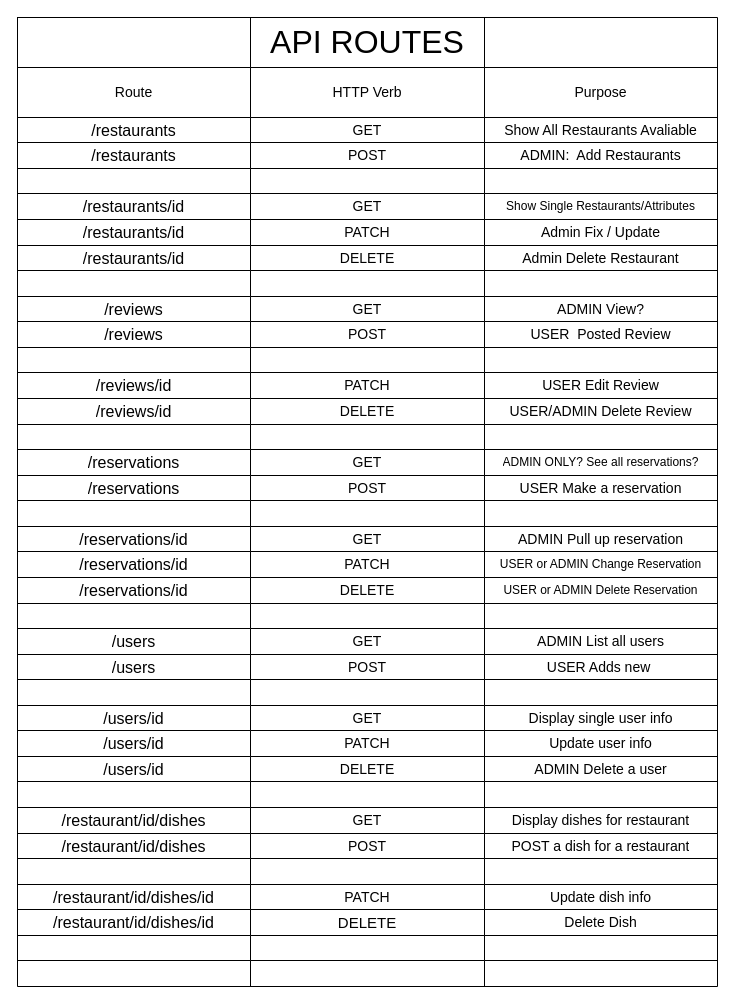
Earlier version of the draw.io diagram planning/api_routes.drawio (christopherthai/bite-reserve). Source tidied: cells renumbered, new cells numbered last; positions are measured from the earlier drawing's top-left corner, leaving out a move shared by most shapes. Both pictures are drawn from the tidied source at 100%, with x=0, y=0 at pixel (17, 17).
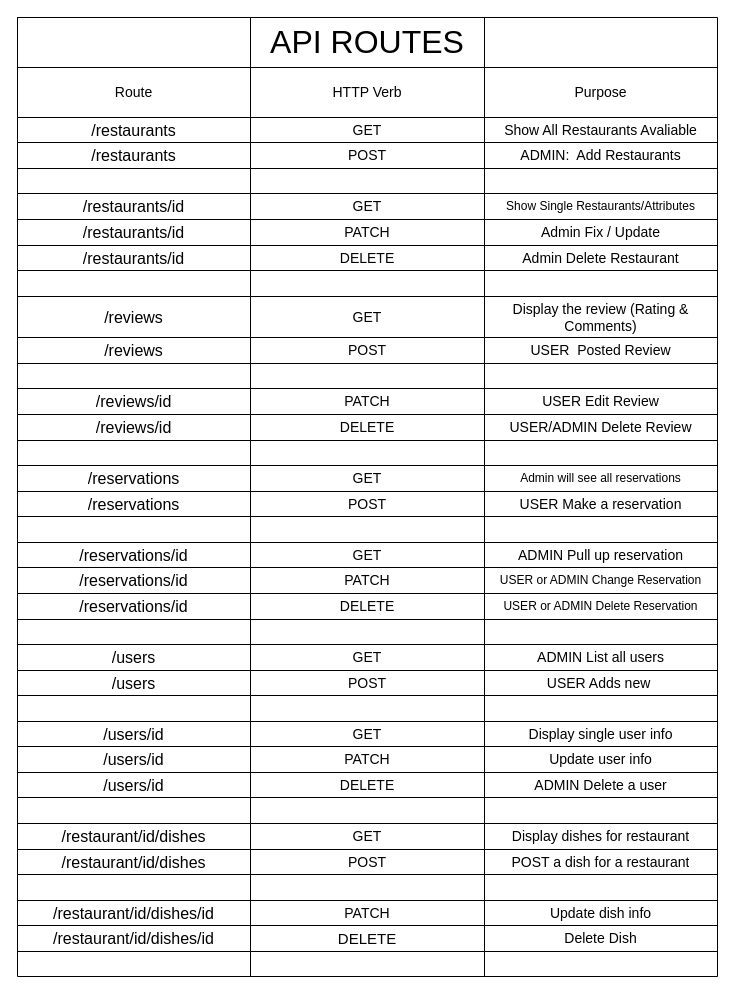
The same diagram, later.

Diff of the diagram source:
```diff
@@
     <mxCell id="2" style="shape=table;startSize=0;childLayout=tableLayout;fontStyle=1;align=center;fontSize=20;" parent="1" vertex="1">
-      <mxGeometry width="700" height="969" as="geometry" />
+      <mxGeometry width="700" height="959" as="geometry" />
     </mxCell>
@@
     <mxCell id="39" style="shape=tableRow;horizontal=0;startSize=0;swimlaneHead=0;swimlaneBody=0;top=0;left=0;bottom=0;right=0;fillColor=none;" parent="2" vertex="1">
-      <mxGeometry y="279" width="700" height="25" as="geometry" />
+      <mxGeometry y="279" width="700" height="41" as="geometry" />
     </mxCell>
     <mxCell id="40" value="&lt;font style=&quot;font-size: 16px;&quot;&gt;/reviews&lt;/font&gt;" style="shape=partialRectangle;html=1;whiteSpace=wrap;fillColor=none;top=0;left=0;bottom=0;right=0;overflow=hidden;" parent="39" vertex="1">
-      <mxGeometry width="233" height="25" as="geometry" />
+      <mxGeometry width="233" height="41" as="geometry" />
     </mxCell>
     <mxCell id="41" value="&lt;font style=&quot;font-size: 14px;&quot;&gt;GET&lt;/font&gt;" style="shape=partialRectangle;html=1;whiteSpace=wrap;fillColor=none;top=0;left=0;bottom=0;right=0;overflow=hidden;" parent="39" vertex="1">
-      <mxGeometry x="233" width="234" height="25" as="geometry" />
+      <mxGeometry x="233" width="234" height="41" as="geometry" />
     </mxCell>
-    <mxCell id="42" value="&lt;font style=&quot;font-size: 14px;&quot;&gt;ADMIN View?&lt;/font&gt;" style="shape=partialRectangle;html=1;whiteSpace=wrap;fillColor=none;top=0;left=0;bottom=0;right=0;overflow=hidden;" parent="39" vertex="1">
-      <mxGeometry x="467" width="233" height="25" as="geometry" />
+    <mxCell id="42" value="&lt;font style=&quot;font-size: 14px;&quot;&gt;Display the review (Rating &amp;amp; Comments)&lt;/font&gt;" style="shape=partialRectangle;html=1;whiteSpace=wrap;fillColor=none;top=0;left=0;bottom=0;right=0;overflow=hidden;" parent="39" vertex="1">
+      <mxGeometry x="467" width="233" height="41" as="geometry" />
     </mxCell>
     <mxCell id="43" style="shape=tableRow;horizontal=0;startSize=0;swimlaneHead=0;swimlaneBody=0;top=0;left=0;bottom=0;right=0;fillColor=none;" parent="2" vertex="1">
-      <mxGeometry y="304" width="700" height="26" as="geometry" />
+      <mxGeometry y="320" width="700" height="26" as="geometry" />
     </mxCell>
@@
     <mxCell id="47" style="shape=tableRow;horizontal=0;startSize=0;swimlaneHead=0;swimlaneBody=0;top=0;left=0;bottom=0;right=0;fillColor=none;" parent="2" vertex="1">
-      <mxGeometry y="330" width="700" height="25" as="geometry" />
+      <mxGeometry y="346" width="700" height="25" as="geometry" />
     </mxCell>
@@
     <mxCell id="51" style="shape=tableRow;horizontal=0;startSize=0;swimlaneHead=0;swimlaneBody=0;top=0;left=0;bottom=0;right=0;fillColor=none;" parent="2" vertex="1">
-      <mxGeometry y="355" width="700" height="26" as="geometry" />
+      <mxGeometry y="371" width="700" height="26" as="geometry" />
     </mxCell>
@@
     <mxCell id="55" style="shape=tableRow;horizontal=0;startSize=0;swimlaneHead=0;swimlaneBody=0;top=0;left=0;bottom=0;right=0;fillColor=none;" parent="2" vertex="1">
-      <mxGeometry y="381" width="700" height="26" as="geometry" />
+      <mxGeometry y="397" width="700" height="26" as="geometry" />
     </mxCell>
@@
     <mxCell id="59" style="shape=tableRow;horizontal=0;startSize=0;swimlaneHead=0;swimlaneBody=0;top=0;left=0;bottom=0;right=0;fillColor=none;" parent="2" vertex="1">
-      <mxGeometry y="407" width="700" height="25" as="geometry" />
+      <mxGeometry y="423" width="700" height="25" as="geometry" />
     </mxCell>
@@
     <mxCell id="63" style="shape=tableRow;horizontal=0;startSize=0;swimlaneHead=0;swimlaneBody=0;top=0;left=0;bottom=0;right=0;fillColor=none;" parent="2" vertex="1">
-      <mxGeometry y="432" width="700" height="26" as="geometry" />
+      <mxGeometry y="448" width="700" height="26" as="geometry" />
     </mxCell>
@@
-    <mxCell id="66" value="ADMIN ONLY? See all reservations?" style="shape=partialRectangle;html=1;whiteSpace=wrap;fillColor=none;top=0;left=0;bottom=0;right=0;overflow=hidden;" parent="63" vertex="1">
+    <mxCell id="66" value="Admin will see all reservations" style="shape=partialRectangle;html=1;whiteSpace=wrap;fillColor=none;top=0;left=0;bottom=0;right=0;overflow=hidden;" parent="63" vertex="1">
       <mxGeometry x="467" width="233" height="26" as="geometry" />
     </mxCell>
     <mxCell id="67" style="shape=tableRow;horizontal=0;startSize=0;swimlaneHead=0;swimlaneBody=0;top=0;left=0;bottom=0;right=0;fillColor=none;" parent="2" vertex="1">
-      <mxGeometry y="458" width="700" height="25" as="geometry" />
+      <mxGeometry y="474" width="700" height="25" as="geometry" />
     </mxCell>
@@
     <mxCell id="71" style="shape=tableRow;horizontal=0;startSize=0;swimlaneHead=0;swimlaneBody=0;top=0;left=0;bottom=0;right=0;fillColor=none;" parent="2" vertex="1">
-      <mxGeometry y="483" width="700" height="26" as="geometry" />
+      <mxGeometry y="499" width="700" height="26" as="geometry" />
     </mxCell>
@@
     <mxCell id="75" style="shape=tableRow;horizontal=0;startSize=0;swimlaneHead=0;swimlaneBody=0;top=0;left=0;bottom=0;right=0;fillColor=none;" parent="2" vertex="1">
-      <mxGeometry y="509" width="700" height="25" as="geometry" />
+      <mxGeometry y="525" width="700" height="25" as="geometry" />
     </mxCell>
@@
     <mxCell id="79" style="shape=tableRow;horizontal=0;startSize=0;swimlaneHead=0;swimlaneBody=0;top=0;left=0;bottom=0;right=0;fillColor=none;" parent="2" vertex="1">
-      <mxGeometry y="534" width="700" height="26" as="geometry" />
+      <mxGeometry y="550" width="700" height="26" as="geometry" />
     </mxCell>
@@
     <mxCell id="83" style="shape=tableRow;horizontal=0;startSize=0;swimlaneHead=0;swimlaneBody=0;top=0;left=0;bottom=0;right=0;fillColor=none;" parent="2" vertex="1">
-      <mxGeometry y="560" width="700" height="26" as="geometry" />
+      <mxGeometry y="576" width="700" height="26" as="geometry" />
     </mxCell>
@@
     <mxCell id="87" style="shape=tableRow;horizontal=0;startSize=0;swimlaneHead=0;swimlaneBody=0;top=0;left=0;bottom=0;right=0;fillColor=none;" parent="2" vertex="1">
-      <mxGeometry y="586" width="700" height="25" as="geometry" />
+      <mxGeometry y="602" width="700" height="25" as="geometry" />
     </mxCell>
@@
     <mxCell id="91" style="shape=tableRow;horizontal=0;startSize=0;swimlaneHead=0;swimlaneBody=0;top=0;left=0;bottom=0;right=0;fillColor=none;" parent="2" vertex="1">
-      <mxGeometry y="611" width="700" height="26" as="geometry" />
+      <mxGeometry y="627" width="700" height="26" as="geometry" />
     </mxCell>
@@
     <mxCell id="95" style="shape=tableRow;horizontal=0;startSize=0;swimlaneHead=0;swimlaneBody=0;top=0;left=0;bottom=0;right=0;fillColor=none;" parent="2" vertex="1">
-      <mxGeometry y="637" width="700" height="25" as="geometry" />
+      <mxGeometry y="653" width="700" height="25" as="geometry" />
     </mxCell>
@@
     <mxCell id="99" style="shape=tableRow;horizontal=0;startSize=0;swimlaneHead=0;swimlaneBody=0;top=0;left=0;bottom=0;right=0;fillColor=none;" parent="2" vertex="1">
-      <mxGeometry y="662" width="700" height="26" as="geometry" />
+      <mxGeometry y="678" width="700" height="26" as="geometry" />
     </mxCell>
@@
     <mxCell id="103" style="shape=tableRow;horizontal=0;startSize=0;swimlaneHead=0;swimlaneBody=0;top=0;left=0;bottom=0;right=0;fillColor=none;" parent="2" vertex="1">
-      <mxGeometry y="688" width="700" height="25" as="geometry" />
+      <mxGeometry y="704" width="700" height="25" as="geometry" />
     </mxCell>
@@
     <mxCell id="107" style="shape=tableRow;horizontal=0;startSize=0;swimlaneHead=0;swimlaneBody=0;top=0;left=0;bottom=0;right=0;fillColor=none;" parent="2" vertex="1">
-      <mxGeometry y="713" width="700" height="26" as="geometry" />
+      <mxGeometry y="729" width="700" height="26" as="geometry" />
     </mxCell>
@@
     <mxCell id="111" style="shape=tableRow;horizontal=0;startSize=0;swimlaneHead=0;swimlaneBody=0;top=0;left=0;bottom=0;right=0;fillColor=none;" parent="2" vertex="1">
-      <mxGeometry y="739" width="700" height="25" as="geometry" />
+      <mxGeometry y="755" width="700" height="25" as="geometry" />
     </mxCell>
@@
     <mxCell id="115" style="shape=tableRow;horizontal=0;startSize=0;swimlaneHead=0;swimlaneBody=0;top=0;left=0;bottom=0;right=0;fillColor=none;" parent="2" vertex="1">
-      <mxGeometry y="764" width="700" height="26" as="geometry" />
+      <mxGeometry y="780" width="700" height="26" as="geometry" />
     </mxCell>
@@
     <mxCell id="119" style="shape=tableRow;horizontal=0;startSize=0;swimlaneHead=0;swimlaneBody=0;top=0;left=0;bottom=0;right=0;fillColor=none;" parent="2" vertex="1">
-      <mxGeometry y="790" width="700" height="26" as="geometry" />
+      <mxGeometry y="806" width="700" height="26" as="geometry" />
     </mxCell>
@@
     <mxCell id="123" style="shape=tableRow;horizontal=0;startSize=0;swimlaneHead=0;swimlaneBody=0;top=0;left=0;bottom=0;right=0;fillColor=none;" parent="2" vertex="1">
-      <mxGeometry y="816" width="700" height="25" as="geometry" />
+      <mxGeometry y="832" width="700" height="25" as="geometry" />
     </mxCell>
@@
     <mxCell id="127" style="shape=tableRow;horizontal=0;startSize=0;swimlaneHead=0;swimlaneBody=0;top=0;left=0;bottom=0;right=0;fillColor=none;" parent="2" vertex="1">
-      <mxGeometry y="841" width="700" height="26" as="geometry" />
+      <mxGeometry y="857" width="700" height="26" as="geometry" />
     </mxCell>
@@
     <mxCell id="131" style="shape=tableRow;horizontal=0;startSize=0;swimlaneHead=0;swimlaneBody=0;top=0;left=0;bottom=0;right=0;fillColor=none;" parent="2" vertex="1">
-      <mxGeometry y="867" width="700" height="25" as="geometry" />
+      <mxGeometry y="883" width="700" height="25" as="geometry" />
     </mxCell>
@@
     <mxCell id="135" style="shape=tableRow;horizontal=0;startSize=0;swimlaneHead=0;swimlaneBody=0;top=0;left=0;bottom=0;right=0;fillColor=none;" parent="2" vertex="1">
-      <mxGeometry y="892" width="700" height="26" as="geometry" />
+      <mxGeometry y="908" width="700" height="26" as="geometry" />
     </mxCell>
@@
     <mxCell id="139" style="shape=tableRow;horizontal=0;startSize=0;swimlaneHead=0;swimlaneBody=0;top=0;left=0;bottom=0;right=0;fillColor=none;" parent="2" vertex="1">
-      <mxGeometry y="918" width="700" height="25" as="geometry" />
+      <mxGeometry y="934" width="700" height="25" as="geometry" />
     </mxCell>
@@
-    <mxCell id="143" style="shape=tableRow;horizontal=0;startSize=0;swimlaneHead=0;swimlaneBody=0;top=0;left=0;bottom=0;right=0;fillColor=none;" parent="2" vertex="1">
-      <mxGeometry y="943" width="700" height="26" as="geometry" />
-    </mxCell>
-    <mxCell id="144" style="shape=partialRectangle;html=1;whiteSpace=wrap;fillColor=none;top=0;left=0;bottom=0;right=0;overflow=hidden;" parent="143" vertex="1">
-      <mxGeometry width="233" height="26" as="geometry" />
-    </mxCell>
-    <mxCell id="145" style="shape=partialRectangle;html=1;whiteSpace=wrap;fillColor=none;top=0;left=0;bottom=0;right=0;overflow=hidden;" parent="143" vertex="1">
-      <mxGeometry x="233" width="234" height="26" as="geometry" />
-    </mxCell>
-    <mxCell id="146" style="shape=partialRectangle;html=1;whiteSpace=wrap;fillColor=none;top=0;left=0;bottom=0;right=0;overflow=hidden;" parent="143" vertex="1">
-      <mxGeometry x="467" width="233" height="26" as="geometry" />
-    </mxCell>
```
